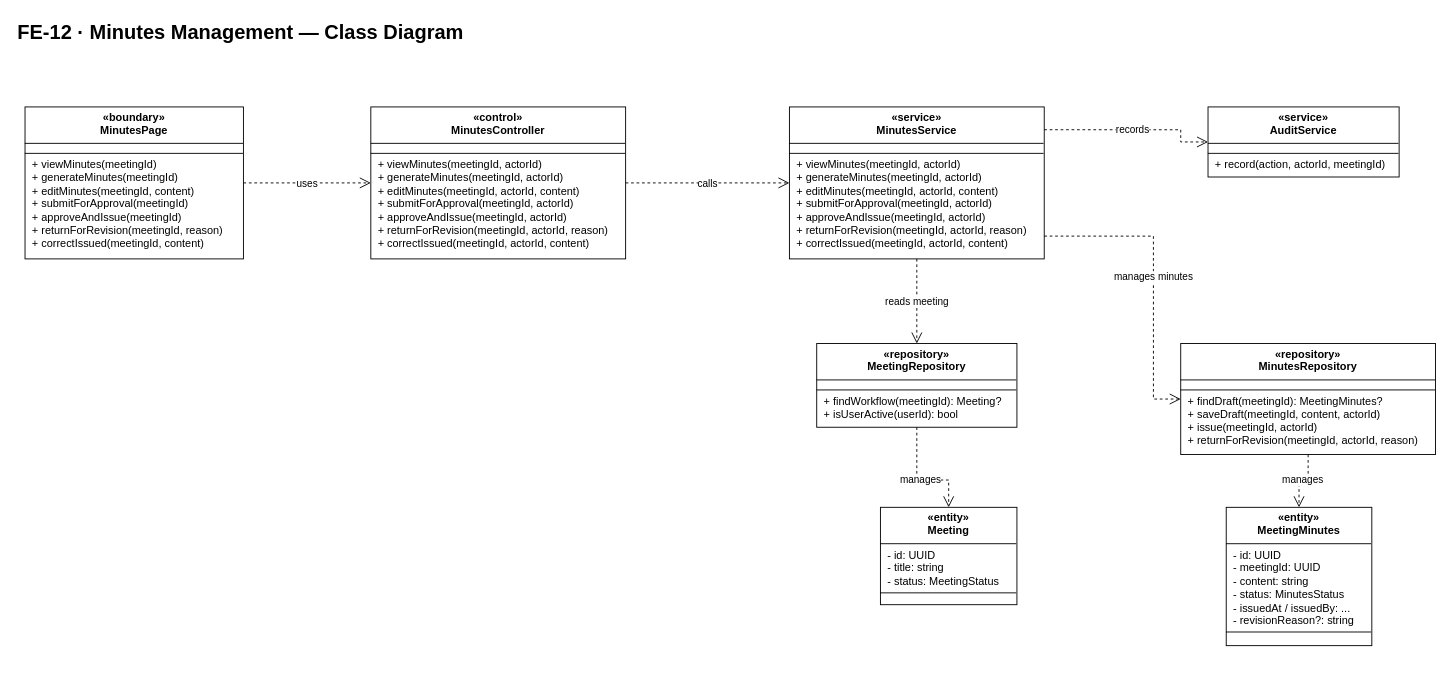
callmehai/FU-FA26-G116 keeps this draw.io diagram as docs/07-classdiagram/feature-12-minutes-management-class-diagram.drawio. Above is the earlier version. Source tidied: cells renumbered, new cells numbered last; positions are measured from the earlier drawing's top-left corner, leaving out a move shared by most shapes. Both pictures are drawn from the tidied source at 91%, with x=0, y=0 at pixel (15, 15).
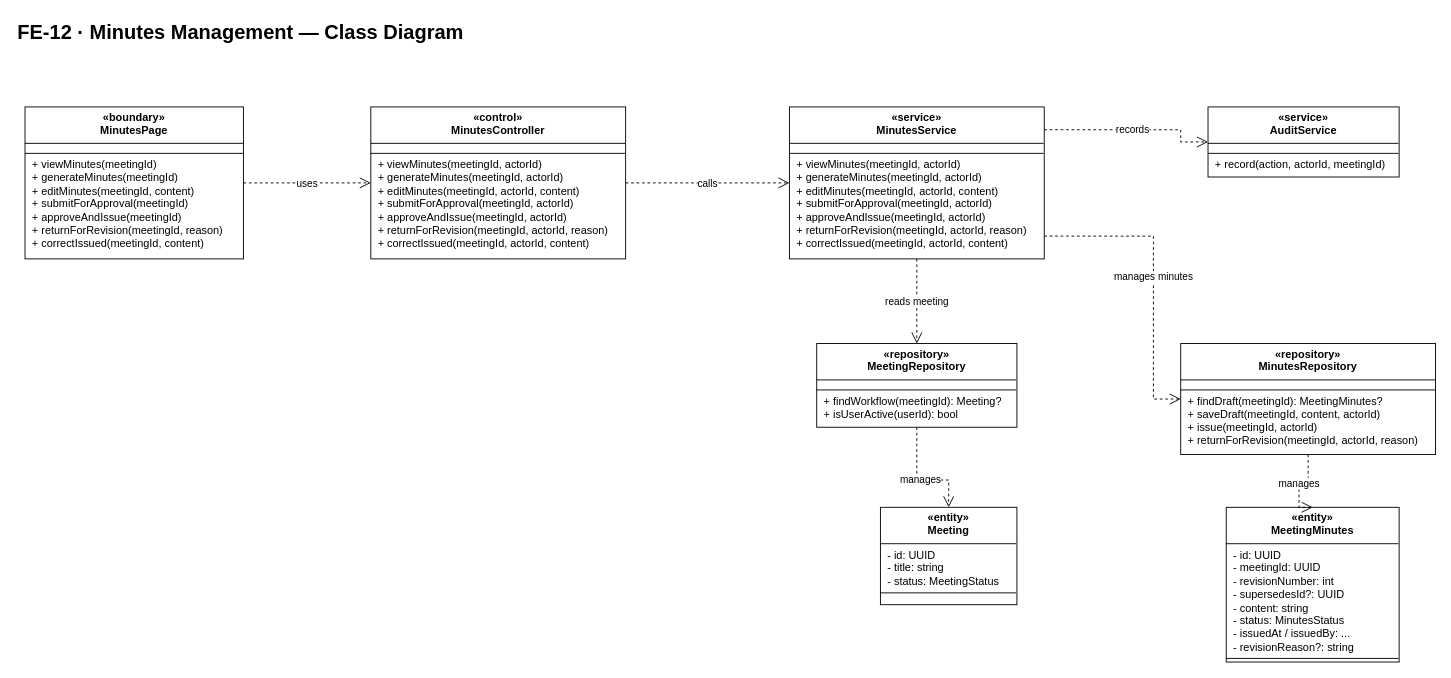
The same page after the edit.

Diff of the diagram source:
```diff
@@
-    <mxCell id="10" value="&lt;div style=&quot;text-align:center;font-weight:bold;padding:5px 4px 4px 4px;height:31px;&quot;&gt;«entity»&lt;br&gt;MeetingMinutes&lt;/div&gt;&lt;hr style=&quot;margin:0;border:none;border-top:1px solid #000000;height:0;&quot;&gt;&lt;div style=&quot;text-align:left;padding:5px 8px 5px 8px;white-space:nowrap;&quot;&gt;- id: UUID&lt;br&gt;- meetingId: UUID&lt;br&gt;- content: string&lt;br&gt;- status: MinutesStatus&lt;br&gt;- issuedAt / issuedBy: ...&lt;br&gt;- revisionReason?: string&lt;/div&gt;&lt;hr style=&quot;margin:0;border:none;border-top:1px solid #000000;height:0;&quot;&gt;&lt;div style=&quot;text-align:left;padding:5px 8px 5px 8px;white-space:nowrap;&quot;&gt;&lt;/div&gt;" style="rounded=0;whiteSpace=wrap;html=1;align=left;verticalAlign=top;spacing=0;overflow=fill;fillColor=#ffffff;strokeColor=#000000;fontSize=12;fontFamily=Helvetica;fontColor=#000000;" parent="1" vertex="1">
-      <mxGeometry x="1330" y="540" width="160" height="152" as="geometry" />
+    <mxCell id="10" value="&lt;div style=&quot;text-align:center;font-weight:bold;padding:5px 4px 4px 4px;height:31px;&quot;&gt;«entity»&lt;br&gt;MeetingMinutes&lt;/div&gt;&lt;hr style=&quot;margin:0;border:none;border-top:1px solid #000000;height:0;&quot;&gt;&lt;div style=&quot;text-align:left;padding:5px 8px 5px 8px;white-space:nowrap;&quot;&gt;- id: UUID&lt;br&gt;- meetingId: UUID&lt;br&gt;- revisionNumber: int&lt;br&gt;- supersedesId?: UUID&lt;br&gt;- content: string&lt;br&gt;- status: MinutesStatus&lt;br&gt;- issuedAt / issuedBy: ...&lt;br&gt;- revisionReason?: string&lt;/div&gt;&lt;hr style=&quot;margin:0;border:none;border-top:1px solid #000000;height:0;&quot;&gt;&lt;div style=&quot;text-align:left;padding:5px 8px 5px 8px;white-space:nowrap;&quot;&gt;&lt;/div&gt;" style="rounded=0;whiteSpace=wrap;html=1;align=left;verticalAlign=top;spacing=0;overflow=fill;fillColor=#ffffff;strokeColor=#000000;fontSize=12;fontFamily=Helvetica;fontColor=#000000;" parent="1" vertex="1">
+      <mxGeometry x="1330" y="540" width="190" height="170" as="geometry" />
     </mxCell>
```
